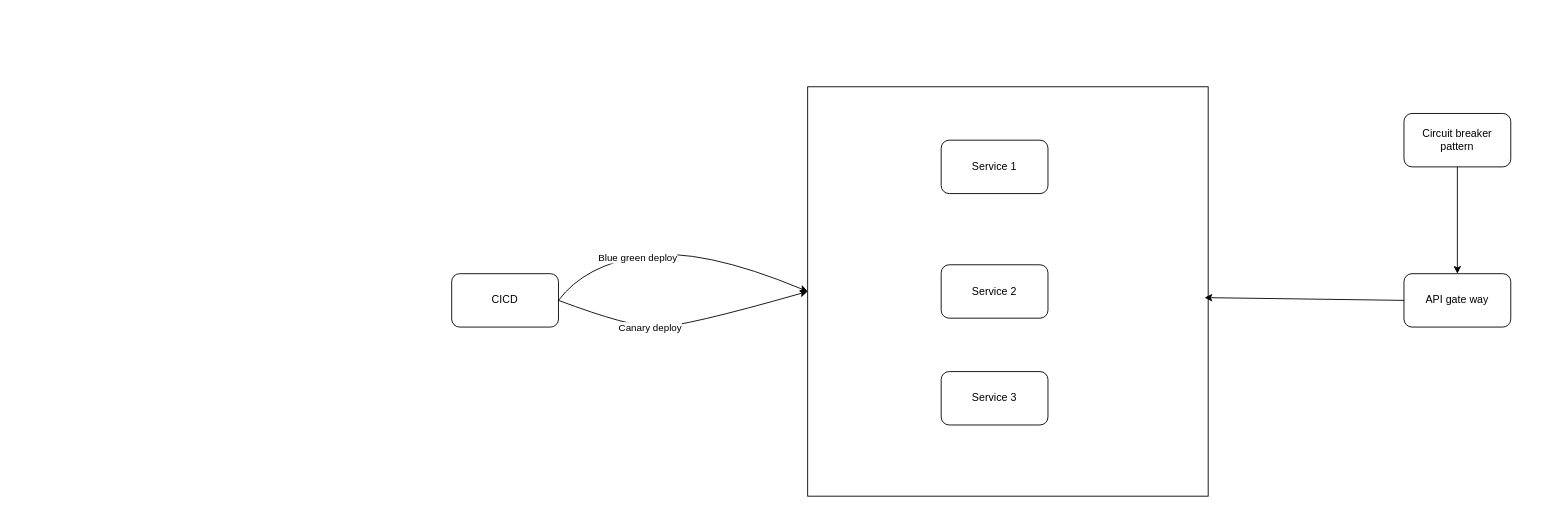
Earlier version of the draw.io diagram backend-architechture.drawio (ntrong2009/diagrams). Source tidied: cells renumbered, new cells numbered last; positions are measured from the earlier drawing's top-left corner, leaving out a move shared by most shapes. Both pictures are drawn from the tidied source at 89%, with x=0, y=0 at pixel (451, 86).
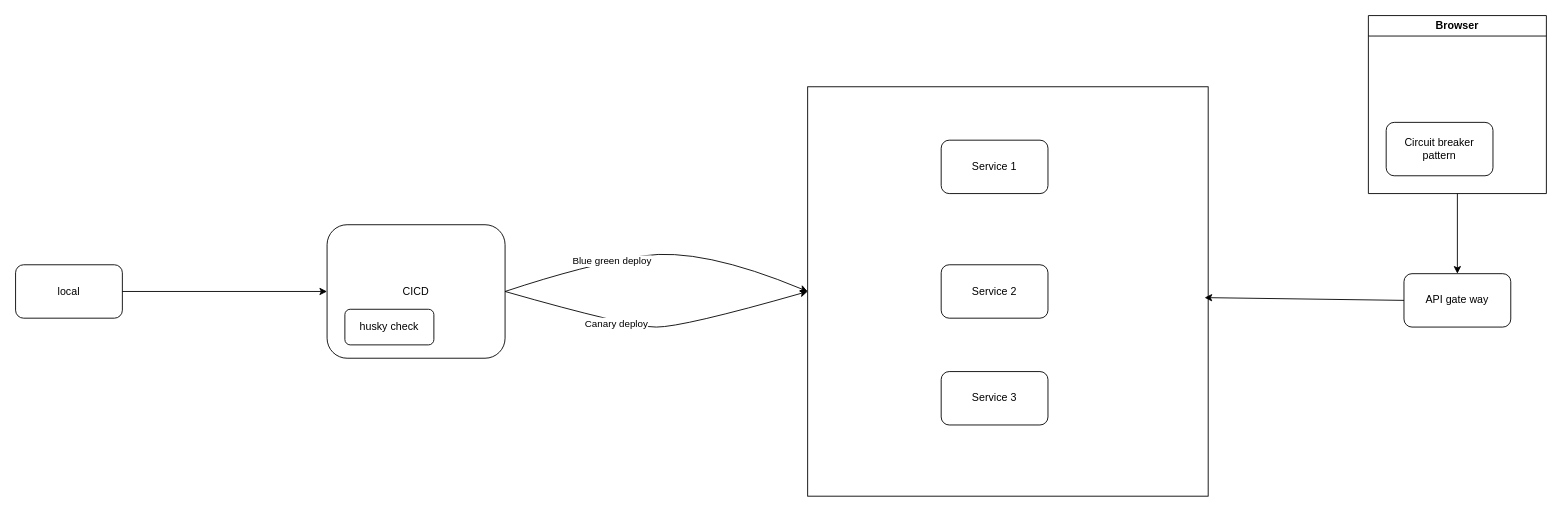
Above is the later version.

Commit message (it also covers changes not shown here):
Add git ignore

The change refers to these unchanged cells:
```xml
<mxCell id="11" value="API gate way" style="rounded=1;whiteSpace=wrap;html=1;" parent="1" vertex="1">
  <mxGeometry x="1070" y="210" width="120" height="60" as="geometry" />
</mxCell>
```

Diff of the diagram source:
```diff
@@
     <mxCell id="3" value="CICD" style="rounded=1;whiteSpace=wrap;html=1;" parent="1" vertex="1">
-      <mxGeometry y="210" width="120" height="60" as="geometry" />
+      <mxGeometry x="-140" y="155" width="200" height="150" as="geometry" />
     </mxCell>
@@
-    <mxCell id="12" value="Circuit breaker pattern" style="rounded=1;whiteSpace=wrap;html=1;" parent="1" vertex="1">
-      <mxGeometry x="1070" y="30" width="120" height="60" as="geometry" />
-    </mxCell>
-    <mxCell id="13" style="endArrow=classic;html=1;exitX=0.5;exitY=1;exitDx=0;exitDy=0;entryX=0.5;entryY=0;entryDx=0;entryDy=0;" parent="1" edge="1" source="12" target="11">
+    <mxCell id="13" style="endArrow=classic;html=1;exitX=0.5;exitY=1;exitDx=0;exitDy=0;entryX=0.5;entryY=0;entryDx=0;entryDy=0;" parent="1" edge="1" source="17" target="11">
       <mxGeometry relative="1" as="geometry" />
     </mxCell>
@@
+    <mxCell id="15" value="local" style="rounded=1;whiteSpace=wrap;html=1;" parent="1" vertex="1">
+      <mxGeometry x="-490" y="200" width="120" height="60" as="geometry" />
+    </mxCell>
+    <mxCell id="16" value="husky check" style="rounded=1;whiteSpace=wrap;html=1;" parent="1" vertex="1">
+      <mxGeometry x="-120" y="250" width="100" height="40" as="geometry" />
+    </mxCell>
+    <mxCell id="17" value="Browser" style="swimlane;whiteSpace=wrap;html=1;" parent="1" vertex="1">
+      <mxGeometry x="1030" y="-80" width="200" height="200" as="geometry" />
+    </mxCell>
+    <mxCell id="12" value="Circuit breaker pattern" style="rounded=1;whiteSpace=wrap;html=1;" parent="17" vertex="1">
+      <mxGeometry x="20" y="120" width="120" height="60" as="geometry" />
+    </mxCell>
+    <mxCell id="18" style="endArrow=classic;html=1;exitX=1;exitY=0.5;exitDx=0;exitDy=0;entryX=0;entryY=0.5;entryDx=0;entryDy=0;" parent="1" edge="1" source="15" target="3">
+      <mxGeometry relative="1" as="geometry" />
+    </mxCell>
```
